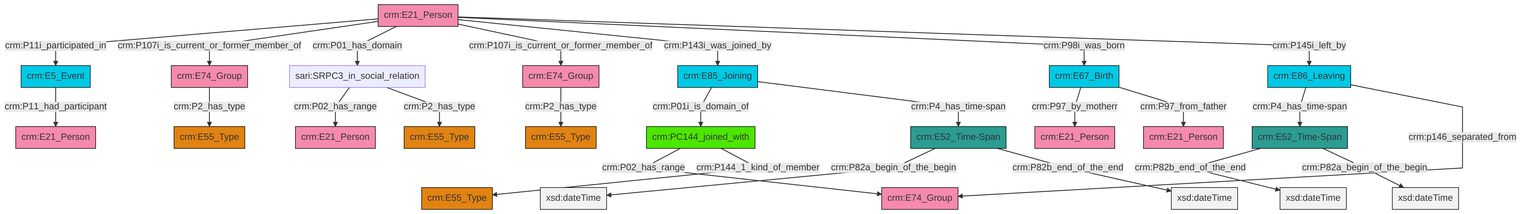
swiss-art-research-net/docs.swissartresearch keeps this Mermaid diagram as et/personCSV/ttl/mmd/png/Person_Actor_Relations.png. Above is the earlier version. Its source is kept beside it as et/personCSV/ttl/mmd/Person_Actor_Relations.ttl.mmd.
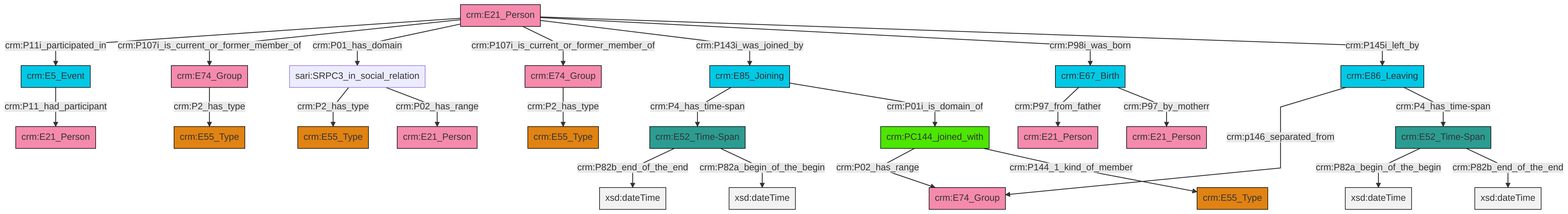
After the change.

Diff of the diagram source:
```diff
@@ -13,27 +13,27 @@
 classDef PC_Classes fill:#4ce600, stroke:#000000;
 classDef Multi fill:#cccccc,stroke:#000000;
 
-0["crm:E21_Person"]:::Actor -->|crm:P11i_participated_in| 1["crm:E5_Event"]:::Temporal_Entity
-2["crm:PC144_joined_with"]:::PC_Classes -->|crm:P02_has_range| 3["crm:E74_Group"]:::Actor
-0["crm:E21_Person"]:::Actor -->|crm:P107i_is_current_or_former_member_of| 10["crm:E74_Group"]:::Actor
-17["sari:SRPC3_in_social_relation"]:::Default -->|crm:P02_has_range| 8["crm:E21_Person"]:::Actor
-4["crm:E85_Joining"]:::Temporal_Entity -->|crm:P01i_is_domain_of| 2["crm:PC144_joined_with"]:::PC_Classes
-2["crm:PC144_joined_with"]:::PC_Classes -->|crm:P144_1_kind_of_member| 20["crm:E55_Type"]:::Type
-18["crm:E86_Leaving"]:::Temporal_Entity -->|crm:P4_has_time-span| 23["crm:E52_Time-Span"]:::Time-Span
-23["crm:E52_Time-Span"]:::Time-Span -->|crm:P82b_end_of_the_end| 30[xsd:dateTime]:::Literal
-1["crm:E5_Event"]:::Temporal_Entity -->|crm:P11_had_participant| 31["crm:E21_Person"]:::Actor
-26["crm:E74_Group"]:::Actor -->|crm:P2_has_type| 24["crm:E55_Type"]:::Type
-0["crm:E21_Person"]:::Actor -->|crm:P01_has_domain| 17["sari:SRPC3_in_social_relation"]:::Default
-0["crm:E21_Person"]:::Actor -->|crm:P107i_is_current_or_former_member_of| 26["crm:E74_Group"]:::Actor
-37["crm:E67_Birth"]:::Temporal_Entity -->|crm:P97_by_motherr| 6["crm:E21_Person"]:::Actor
-18["crm:E86_Leaving"]:::Temporal_Entity -->|crm:p146_separated_from| 3["crm:E74_Group"]:::Actor
-4["crm:E85_Joining"]:::Temporal_Entity -->|crm:P4_has_time-span| 32["crm:E52_Time-Span"]:::Time-Span
-32["crm:E52_Time-Span"]:::Time-Span -->|crm:P82a_begin_of_the_begin| 38[xsd:dateTime]:::Literal
-23["crm:E52_Time-Span"]:::Time-Span -->|crm:P82a_begin_of_the_begin| 39[xsd:dateTime]:::Literal
-0["crm:E21_Person"]:::Actor -->|crm:P143i_was_joined_by| 4["crm:E85_Joining"]:::Temporal_Entity
-32["crm:E52_Time-Span"]:::Time-Span -->|crm:P82b_end_of_the_end| 41[xsd:dateTime]:::Literal
-37["crm:E67_Birth"]:::Temporal_Entity -->|crm:P97_from_father| 11["crm:E21_Person"]:::Actor
-17["sari:SRPC3_in_social_relation"]:::Default -->|crm:P2_has_type| 15["crm:E55_Type"]:::Type
-0["crm:E21_Person"]:::Actor -->|crm:P98i_was_born| 37["crm:E67_Birth"]:::Temporal_Entity
-10["crm:E74_Group"]:::Actor -->|crm:P2_has_type| 13["crm:E55_Type"]:::Type
-0["crm:E21_Person"]:::Actor -->|crm:P145i_left_by| 18["crm:E86_Leaving"]:::Temporal_Entity
+6["crm:E52_Time-Span"]:::Time-Span -->|crm:P82b_end_of_the_end| 12[xsd:dateTime]:::Literal
+6["crm:E52_Time-Span"]:::Time-Span -->|crm:P82a_begin_of_the_begin| 13[xsd:dateTime]:::Literal
+16["crm:E67_Birth"]:::Temporal_Entity -->|crm:P97_from_father| 14["crm:E21_Person"]:::Actor
+19["crm:PC144_joined_with"]:::PC_Classes -->|crm:P02_has_range| 20["crm:E74_Group"]:::Actor
+19["crm:PC144_joined_with"]:::PC_Classes -->|crm:P144_1_kind_of_member| 23["crm:E55_Type"]:::Type
+2["crm:E85_Joining"]:::Temporal_Entity -->|crm:P4_has_time-span| 6["crm:E52_Time-Span"]:::Time-Span
+28["crm:E86_Leaving"]:::Temporal_Entity -->|crm:p146_separated_from| 20["crm:E74_Group"]:::Actor
+33["crm:E21_Person"]:::Actor -->|crm:P11i_participated_in| 29["crm:E5_Event"]:::Temporal_Entity
+28["crm:E86_Leaving"]:::Temporal_Entity -->|crm:P4_has_time-span| 26["crm:E52_Time-Span"]:::Time-Span
+21["sari:SRPC3_in_social_relation"]:::Default -->|crm:P2_has_type| 4["crm:E55_Type"]:::Type
+2["crm:E85_Joining"]:::Temporal_Entity -->|crm:P01i_is_domain_of| 19["crm:PC144_joined_with"]:::PC_Classes
+33["crm:E21_Person"]:::Actor -->|crm:P107i_is_current_or_former_member_of| 31["crm:E74_Group"]:::Actor
+24["crm:E74_Group"]:::Actor -->|crm:P2_has_type| 17["crm:E55_Type"]:::Type
+33["crm:E21_Person"]:::Actor -->|crm:P01_has_domain| 21["sari:SRPC3_in_social_relation"]:::Default
+21["sari:SRPC3_in_social_relation"]:::Default -->|crm:P02_has_range| 10["crm:E21_Person"]:::Actor
+16["crm:E67_Birth"]:::Temporal_Entity -->|crm:P97_by_motherr| 8["crm:E21_Person"]:::Actor
+26["crm:E52_Time-Span"]:::Time-Span -->|crm:P82a_begin_of_the_begin| 36[xsd:dateTime]:::Literal
+33["crm:E21_Person"]:::Actor -->|crm:P107i_is_current_or_former_member_of| 24["crm:E74_Group"]:::Actor
+26["crm:E52_Time-Span"]:::Time-Span -->|crm:P82b_end_of_the_end| 39[xsd:dateTime]:::Literal
+31["crm:E74_Group"]:::Actor -->|crm:P2_has_type| 0["crm:E55_Type"]:::Type
+33["crm:E21_Person"]:::Actor -->|crm:P143i_was_joined_by| 2["crm:E85_Joining"]:::Temporal_Entity
+29["crm:E5_Event"]:::Temporal_Entity -->|crm:P11_had_participant| 37["crm:E21_Person"]:::Actor
+33["crm:E21_Person"]:::Actor -->|crm:P98i_was_born| 16["crm:E67_Birth"]:::Temporal_Entity
+33["crm:E21_Person"]:::Actor -->|crm:P145i_left_by| 28["crm:E86_Leaving"]:::Temporal_Entity
```
